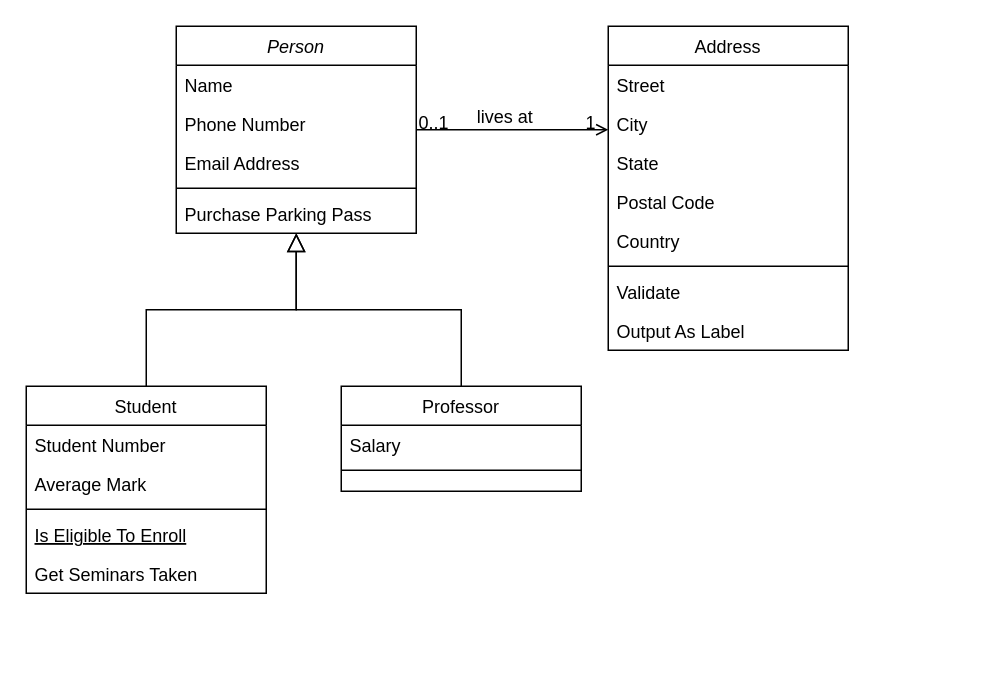
This is FinalProjectClass Diagram.drawio from jimmyjazz31/CSSFinalProject, a draw.io file, before an edit. Source tidied: cells renumbered, new cells numbered last; positions are measured from the earlier drawing's top-left corner, leaving out a move shared by most shapes. Both pictures are drawn from the tidied source at 150%, with x=0, y=0 at pixel (26, 26).
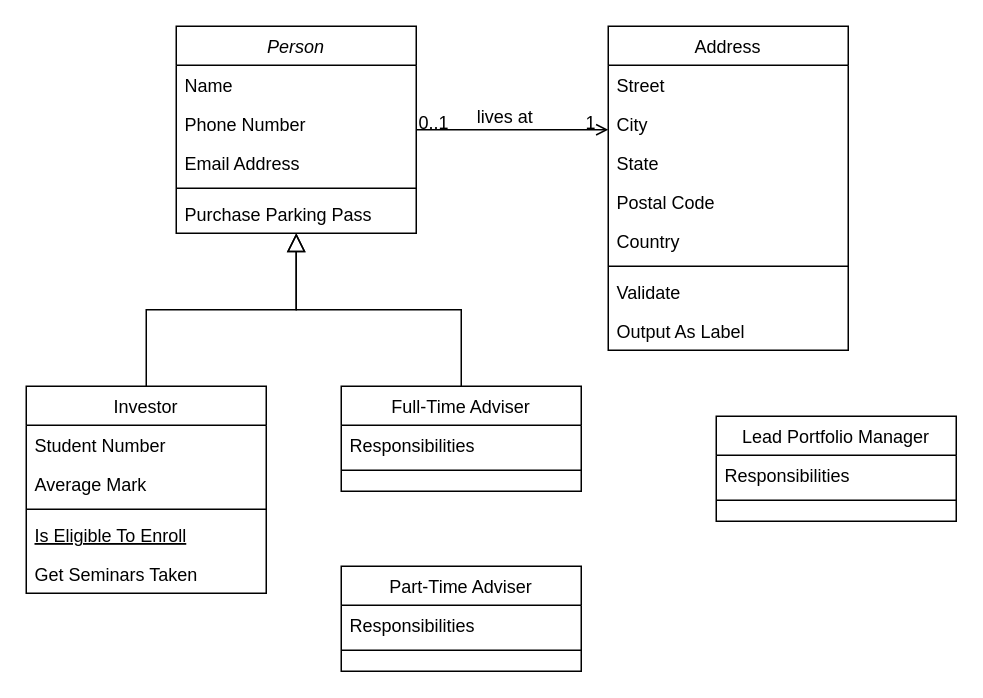
The same diagram, later.

Change to the diagram source:
```diff
@@
-    <mxCell id="8" value="Student" style="swimlane;fontStyle=0;align=center;verticalAlign=top;horizontal=1;startSize=26;rounded=0;shadow=0;strokeWidth=1;" parent="1" vertex="1">
+    <mxCell id="8" value="Investor" style="swimlane;fontStyle=0;align=center;verticalAlign=top;horizontal=1;startSize=26;rounded=0;shadow=0;strokeWidth=1;" parent="1" vertex="1">
       <mxGeometry y="240" width="160" height="138" as="geometry" />
     </mxCell>
@@
-    <mxCell id="15" value="Professor" style="swimlane;fontStyle=0;align=center;verticalAlign=top;horizontal=1;startSize=26;rounded=0;shadow=0;strokeWidth=1;" parent="1" vertex="1">
+    <mxCell id="15" value="Full-Time Adviser" style="swimlane;fontStyle=0;align=center;verticalAlign=top;horizontal=1;startSize=26;rounded=0;shadow=0;strokeWidth=1;" parent="1" vertex="1">
       <mxGeometry x="210" y="240" width="160" height="70" as="geometry" />
     </mxCell>
-    <mxCell id="16" value="Salary" style="text;align=left;verticalAlign=top;spacingLeft=4;spacingRight=4;overflow=hidden;" parent="15" vertex="1">
+    <mxCell id="16" value="Responsibilities" style="text;align=left;verticalAlign=top;spacingLeft=4;spacingRight=4;overflow=hidden;" parent="15" vertex="1">
       <mxGeometry y="26" width="160" height="26" as="geometry" />
     </mxCell>
@@
+    <mxCell id="32" value="Part-Time Adviser" style="swimlane;fontStyle=0;align=center;verticalAlign=top;horizontal=1;startSize=26;rounded=0;shadow=0;strokeWidth=1;" parent="1" vertex="1">
+      <mxGeometry x="210" y="360" width="160" height="70" as="geometry" />
+    </mxCell>
+    <mxCell id="33" value="Responsibilities" style="text;align=left;verticalAlign=top;spacingLeft=4;spacingRight=4;overflow=hidden;" parent="32" vertex="1">
+      <mxGeometry y="26" width="160" height="26" as="geometry" />
+    </mxCell>
+    <mxCell id="34" style="line;html=1;strokeWidth=1;align=left;verticalAlign=middle;spacingTop=-1;spacingLeft=3;spacingRight=3;labelPosition=right;" parent="32" vertex="1">
+      <mxGeometry y="52" width="160" height="8" as="geometry" />
+    </mxCell>
+    <mxCell id="35" value="Lead Portfolio Manager" style="swimlane;fontStyle=0;align=center;verticalAlign=top;horizontal=1;startSize=26;rounded=0;shadow=0;strokeWidth=1;" parent="1" vertex="1">
+      <mxGeometry x="460" y="260" width="160" height="70" as="geometry" />
+    </mxCell>
+    <mxCell id="36" value="Responsibilities" style="text;align=left;verticalAlign=top;spacingLeft=4;spacingRight=4;overflow=hidden;" parent="35" vertex="1">
+      <mxGeometry y="26" width="160" height="26" as="geometry" />
+    </mxCell>
+    <mxCell id="37" style="line;html=1;strokeWidth=1;align=left;verticalAlign=middle;spacingTop=-1;spacingLeft=3;spacingRight=3;labelPosition=right;" parent="35" vertex="1">
+      <mxGeometry y="52" width="160" height="8" as="geometry" />
+    </mxCell>
```
